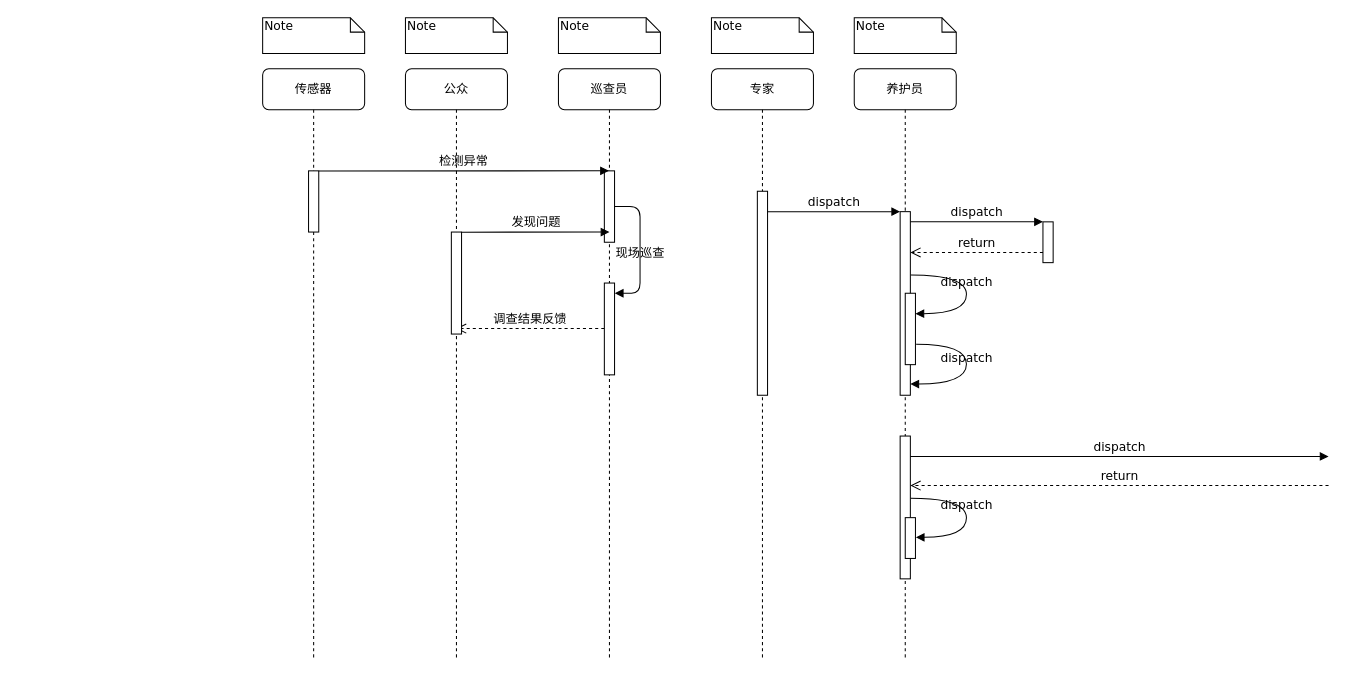
The draw.io diagram 未命名绘图.drawio in wzdong26/assets, before the edit. Source tidied: cells renumbered, new cells numbered last; positions are measured from the earlier drawing's top-left corner, leaving out a move shared by most shapes. Both pictures are drawn from the tidied source at 102%, with x=0, y=0 at pixel (262, 17).
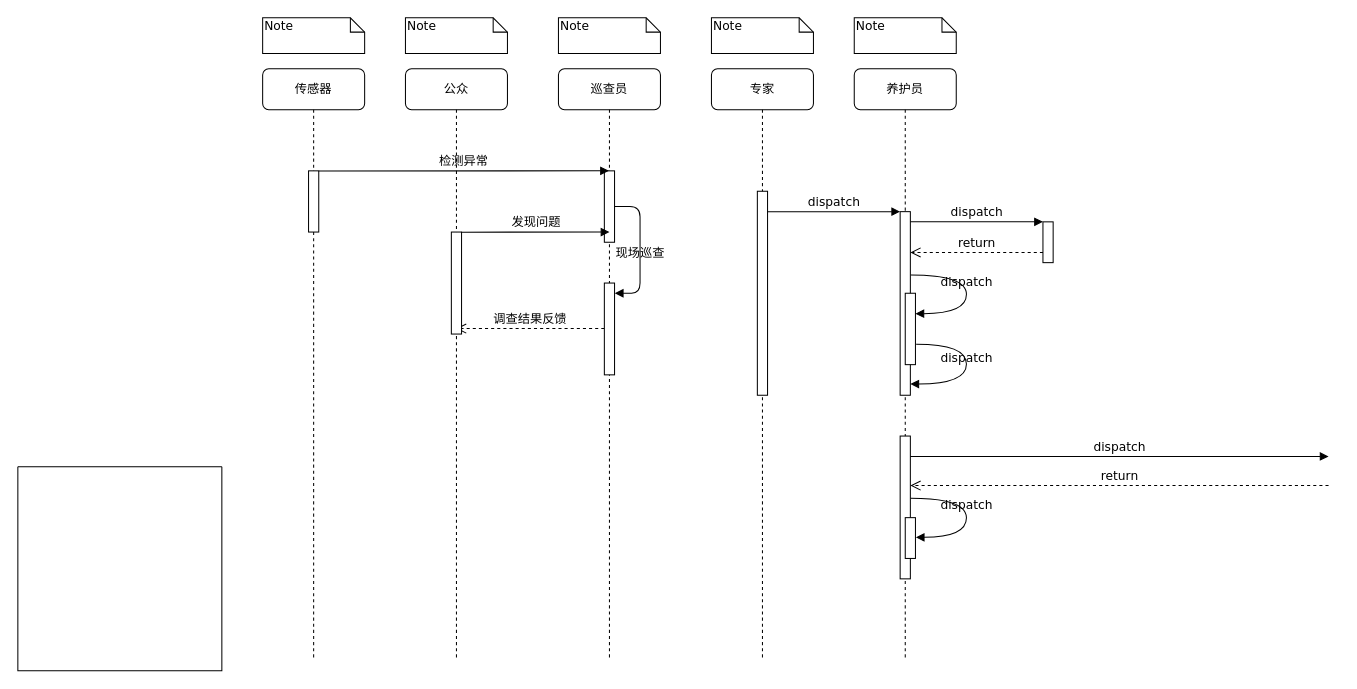
The same page after the edit.

Commit message:
更新未命名绘图.drawio

The edit, as a diff of the source:
```diff
@@
+    <mxCell id="34" style="swimlane;startSize=0;" parent="1" vertex="1">
+      <mxGeometry x="-240" y="440" width="200" height="200" as="geometry" />
+    </mxCell>
```
